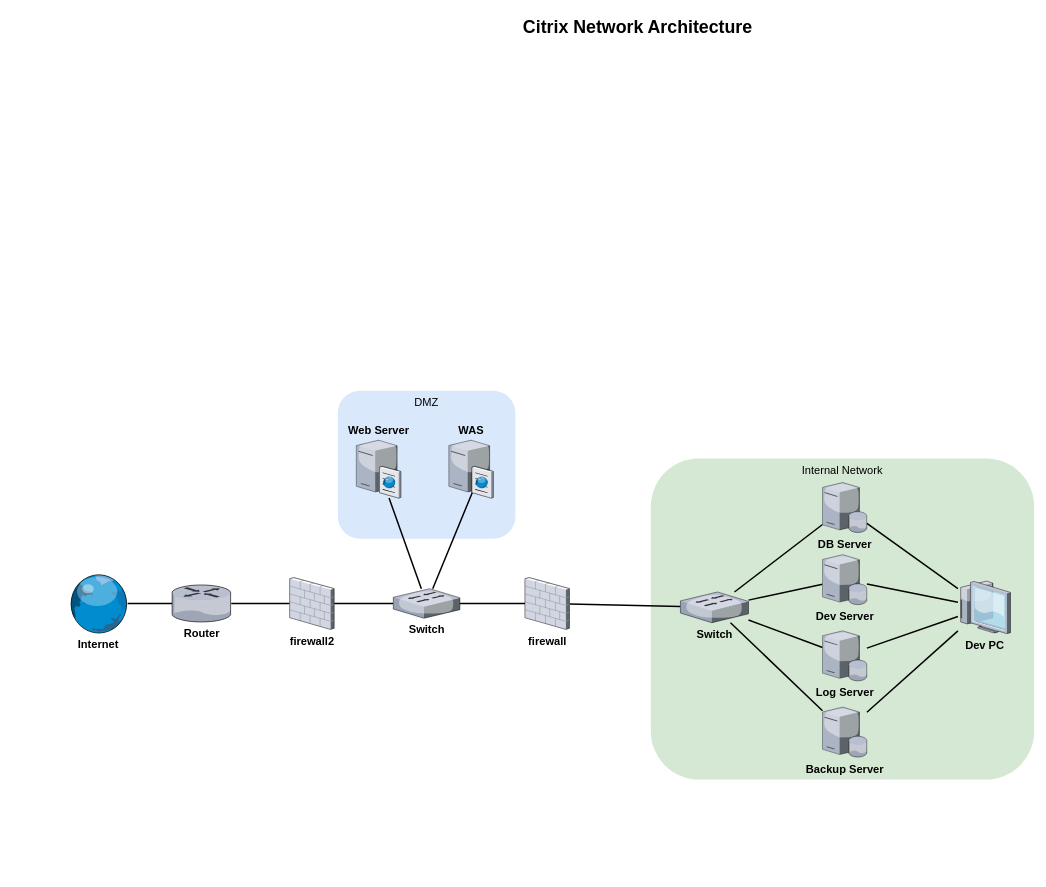
This is 제목 없는 다이어그램.drawio from LILILI11/Diagram, a draw.io file, before an edit. Source tidied: cells renumbered, new cells numbered last; positions are measured from the earlier drawing's top-left corner, leaving out a move shared by most shapes. Both pictures are drawn from the tidied source at 74%, with x=0, y=0 at pixel (68, 13).
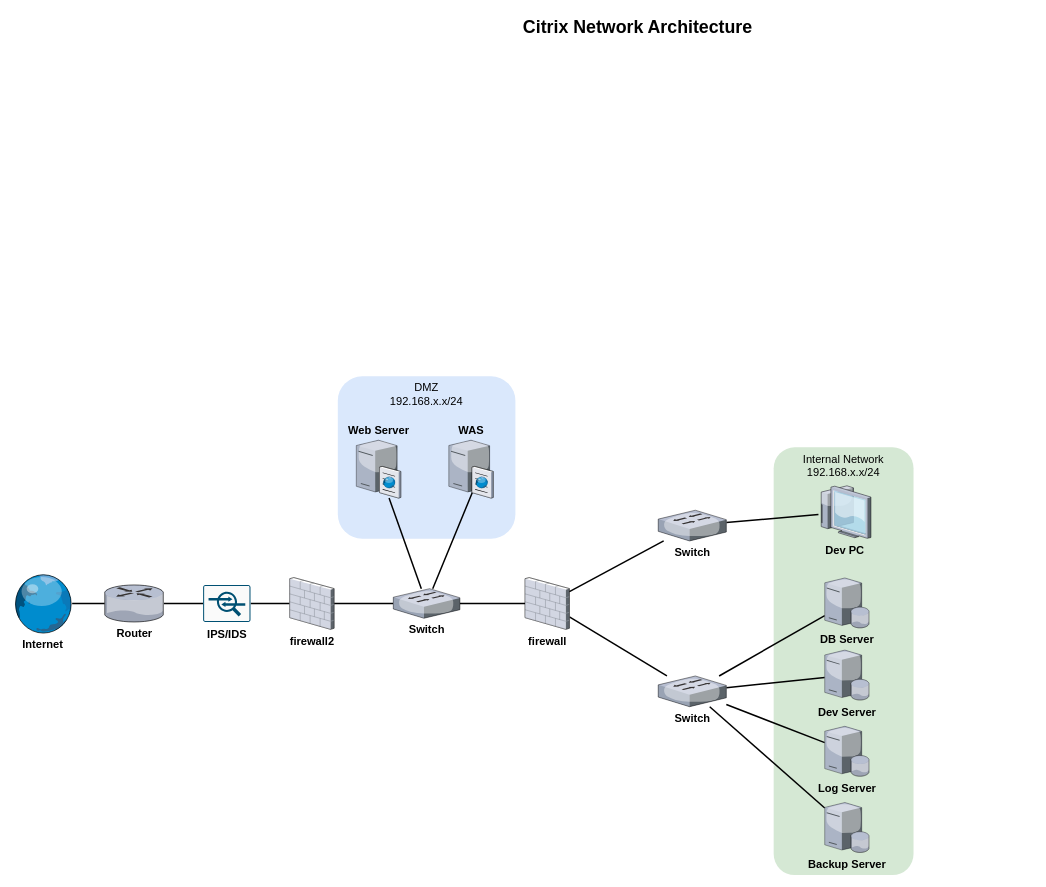
After the change.

Commit message:
제목 없는 다이어그램.drawio 업데이트

Unchanged cells that the change refers to:
```xml
<mxCell id="9" value="&lt;font style=&quot;font-size: 15px;&quot;&gt;&lt;span style=&quot;font-size: 15px;&quot;&gt;firewall&lt;/span&gt;&lt;/font&gt;" style="verticalLabelPosition=bottom;sketch=0;html=1;verticalAlign=top;strokeColor=none;align=center;outlineConnect=0;shape=mxgraph.citrix.firewall;labelPosition=center;fontStyle=1;fontSize=15;" parent="1" vertex="1">
  <mxGeometry x="617" y="763" width="60" height="70" as="geometry" />
</mxCell>
<mxCell id="21" value="&lt;font style=&quot;font-size: 15px;&quot;&gt;&lt;span style=&quot;font-size: 15px;&quot;&gt;firewall2&lt;/span&gt;&lt;/font&gt;" style="verticalLabelPosition=bottom;sketch=0;html=1;verticalAlign=top;strokeColor=none;align=center;outlineConnect=0;shape=mxgraph.citrix.firewall;labelPosition=center;fontStyle=1;fontSize=15;" parent="1" vertex="1">
  <mxGeometry x="299" y="763" width="60" height="70" as="geometry" />
</mxCell>
```

What changed in the source:
```diff
@@
-    <mxCell id="2" value="DMZ" style="whiteSpace=wrap;html=1;fillColor=#dae8fc;strokeColor=none;labelPosition=center;verticalLabelPosition=middle;align=center;verticalAlign=top;rounded=1;fontSize=15;fontStyle=0;" parent="1" vertex="1">
-      <mxGeometry x="364" y="510.5" width="240" height="200" as="geometry" />
+    <mxCell id="2" value="DMZ &lt;br&gt;192.168.x.x/24" style="whiteSpace=wrap;html=1;fillColor=#dae8fc;strokeColor=none;labelPosition=center;verticalLabelPosition=middle;align=center;verticalAlign=top;rounded=1;fontSize=15;fontStyle=0;" parent="1" vertex="1">
+      <mxGeometry x="364" y="491" width="240" height="219.5" as="geometry" />
     </mxCell>
-    <mxCell id="3" value="Internal Network" style="whiteSpace=wrap;html=1;fillColor=#d5e8d4;fontSize=15;strokeColor=none;verticalAlign=top;rounded=1;" parent="1" vertex="1">
-      <mxGeometry x="787" y="602" width="518" height="434" as="geometry" />
+    <mxCell id="3" value="Internal Network&lt;br&gt;192.168.x.x/24" style="whiteSpace=wrap;html=1;fillColor=#d5e8d4;fontSize=15;strokeColor=none;verticalAlign=top;rounded=1;" parent="1" vertex="1">
+      <mxGeometry x="953" y="587" width="189" height="578" as="geometry" />
     </mxCell>
@@
     <mxCell id="7" value="&lt;font style=&quot;font-size: 15px;&quot;&gt;Internet&lt;/font&gt;" style="verticalLabelPosition=bottom;sketch=0;html=1;verticalAlign=top;strokeColor=none;align=center;outlineConnect=0;shape=mxgraph.citrix.globe;labelPosition=center;fontStyle=1;fontSize=15;" parent="1" vertex="1">
-      <mxGeometry y="758" width="80" height="80" as="geometry" />
+      <mxGeometry x="-75" y="758" width="80" height="80" as="geometry" />
     </mxCell>
@@
     <mxCell id="11" value="&lt;font style=&quot;font-size: 15px;&quot;&gt;DB Server&lt;/font&gt;" style="verticalLabelPosition=bottom;sketch=0;html=1;verticalAlign=top;strokeColor=none;align=center;outlineConnect=0;shape=mxgraph.citrix.database_server;fontSize=15;fontStyle=1;" parent="1" vertex="1">
-      <mxGeometry x="1019" y="634.5" width="60" height="67.5" as="geometry" />
+      <mxGeometry x="1022" y="763.5" width="60" height="67.5" as="geometry" />
     </mxCell>
@@
     <mxCell id="13" value="&lt;font style=&quot;font-size: 15px;&quot;&gt;Dev Server&lt;/font&gt;" style="verticalLabelPosition=bottom;sketch=0;html=1;verticalAlign=top;strokeColor=none;align=center;outlineConnect=0;shape=mxgraph.citrix.database_server;fontSize=15;fontStyle=1;" parent="1" vertex="1">
-      <mxGeometry x="1019" y="732" width="60" height="67.5" as="geometry" />
+      <mxGeometry x="1022" y="861" width="60" height="67.5" as="geometry" />
     </mxCell>
@@
     <mxCell id="15" value="&lt;font style=&quot;font-size: 15px;&quot;&gt;Backup Server&lt;/font&gt;" style="verticalLabelPosition=bottom;sketch=0;html=1;verticalAlign=top;strokeColor=none;align=center;outlineConnect=0;shape=mxgraph.citrix.database_server;fontSize=15;fontStyle=1;" parent="1" vertex="1">
-      <mxGeometry x="1019" y="938" width="60" height="67.5" as="geometry" />
+      <mxGeometry x="1022" y="1067" width="60" height="67.5" as="geometry" />
     </mxCell>
@@
     <mxCell id="17" value="&lt;font style=&quot;font-size: 15px;&quot;&gt;Log Server&lt;/font&gt;" style="verticalLabelPosition=bottom;sketch=0;html=1;verticalAlign=top;strokeColor=none;align=center;outlineConnect=0;shape=mxgraph.citrix.database_server;fontSize=15;fontStyle=1;" parent="1" vertex="1">
-      <mxGeometry x="1019" y="835" width="60" height="67.5" as="geometry" />
+      <mxGeometry x="1022" y="964" width="60" height="67.5" as="geometry" />
     </mxCell>
-    <mxCell id="18" style="edgeStyle=none;curved=1;rounded=0;jettySize=auto;html=1;fontSize=12;startSize=8;endSize=8;strokeWidth=2;endArrow=none;endFill=0;" parent="1" edge="1" source="19" target="21">
-      <mxGeometry relative="1" as="geometry" />
-    </mxCell>
+    <mxCell id="33" style="edgeStyle=none;curved=1;rounded=0;jettySize=auto;html=1;entryX=0;entryY=0.5;entryDx=0;entryDy=0;entryPerimeter=0;fontSize=12;startSize=8;endSize=8;strokeWidth=2;endArrow=none;endFill=0;" parent="1" edge="1" source="19" target="38">
+      <mxGeometry relative="1" as="geometry" />
+    </mxCell>
     <mxCell id="19" value="Router" style="verticalLabelPosition=bottom;html=1;verticalAlign=top;strokeColor=none;shape=mxgraph.citrix.router;fillColor=#66B2FF;gradientColor=#0066CC;fontSize=15;labelPosition=center;align=center;fontStyle=1;" parent="1" vertex="1">
-      <mxGeometry x="140" y="773" width="80" height="50" as="geometry" />
+      <mxGeometry x="49" y="773" width="80" height="50" as="geometry" />
     </mxCell>
@@
+    <mxCell id="34" style="edgeStyle=none;curved=1;rounded=0;jettySize=auto;html=1;fontSize=12;startSize=8;endSize=8;strokeWidth=2;endArrow=none;endFill=0;" parent="1" edge="1" source="21" target="38">
+      <mxGeometry relative="1" as="geometry" />
+    </mxCell>
@@
-    <mxCell id="27" style="edgeStyle=none;curved=1;rounded=0;jettySize=auto;html=1;fontSize=12;startSize=8;endSize=8;strokeWidth=2;endArrow=none;endFill=0;" parent="1" edge="1" source="31" target="11">
-      <mxGeometry relative="1" as="geometry" />
-    </mxCell>
-    <mxCell id="28" style="edgeStyle=none;curved=1;rounded=0;jettySize=auto;html=1;fontSize=12;startSize=8;endSize=8;endArrow=none;endFill=0;strokeWidth=2;" parent="1" edge="1" source="31" target="13">
-      <mxGeometry relative="1" as="geometry" />
-    </mxCell>
-    <mxCell id="29" style="edgeStyle=none;curved=1;rounded=0;jettySize=auto;html=1;fontSize=12;startSize=8;endSize=8;strokeWidth=2;endArrow=none;endFill=0;" parent="1" edge="1" source="31" target="17">
-      <mxGeometry relative="1" as="geometry" />
-    </mxCell>
-    <mxCell id="30" style="edgeStyle=none;curved=1;rounded=0;jettySize=auto;html=1;fontSize=12;startSize=8;endSize=8;strokeWidth=2;endArrow=none;endFill=0;" parent="1" edge="1" source="31" target="15">
-      <mxGeometry relative="1" as="geometry" />
-    </mxCell>
     <mxCell id="31" value="Dev PC" style="verticalLabelPosition=bottom;sketch=0;html=1;verticalAlign=top;strokeColor=none;align=center;outlineConnect=0;shape=mxgraph.citrix.thin_client;fontSize=15;fontStyle=1;" parent="1" vertex="1">
-      <mxGeometry x="1202" y="767.8" width="71" height="71" as="geometry" />
+      <mxGeometry x="1013.5" y="639" width="71" height="71" as="geometry" />
     </mxCell>
     <mxCell id="32" value="Switch" style="verticalLabelPosition=bottom;sketch=0;html=1;verticalAlign=top;strokeColor=none;align=center;outlineConnect=0;shape=mxgraph.citrix.switch;fontSize=15;fontStyle=1;" parent="1" vertex="1">
-      <mxGeometry x="827" y="782.5" width="92" height="41.5" as="geometry" />
+      <mxGeometry x="797" y="896" width="92" height="41.5" as="geometry" />
     </mxCell>
+    <mxCell id="35" style="edgeStyle=none;curved=1;rounded=0;jettySize=auto;html=1;fontSize=12;startSize=8;endSize=8;strokeWidth=2;endArrow=none;endFill=0;" parent="1" edge="1" source="37" target="9">
+      <mxGeometry relative="1" as="geometry" />
+    </mxCell>
+    <mxCell id="36" style="edgeStyle=none;curved=1;rounded=0;jettySize=auto;html=1;fontSize=12;startSize=8;endSize=8;strokeWidth=2;endArrow=none;endFill=0;" parent="1" edge="1" source="37" target="31">
+      <mxGeometry relative="1" as="geometry" />
+    </mxCell>
+    <mxCell id="37" value="Switch" style="verticalLabelPosition=bottom;sketch=0;html=1;verticalAlign=top;strokeColor=none;align=center;outlineConnect=0;shape=mxgraph.citrix.switch;fontSize=15;fontStyle=1;" parent="1" vertex="1">
+      <mxGeometry x="797" y="672" width="92" height="41.5" as="geometry" />
+    </mxCell>
+    <mxCell id="38" value="&lt;font style=&quot;font-size: 15px;&quot;&gt;&lt;b&gt;IPS/IDS&lt;/b&gt;&lt;/font&gt;" style="sketch=0;points=[[0.015,0.015,0],[0.985,0.015,0],[0.985,0.985,0],[0.015,0.985,0],[0.25,0,0],[0.5,0,0],[0.75,0,0],[1,0.25,0],[1,0.5,0],[1,0.75,0],[0.75,1,0],[0.5,1,0],[0.25,1,0],[0,0.75,0],[0,0.5,0],[0,0.25,0]];verticalLabelPosition=bottom;html=1;verticalAlign=top;align=center;shape=mxgraph.cisco19.rect;prIcon=ips_ids;fillColor=#FAFAFA;strokeColor=#005073;fontSize=16;strokeWidth=2;" parent="1" vertex="1">
+      <mxGeometry x="182" y="773" width="64" height="50" as="geometry" />
+    </mxCell>
```
